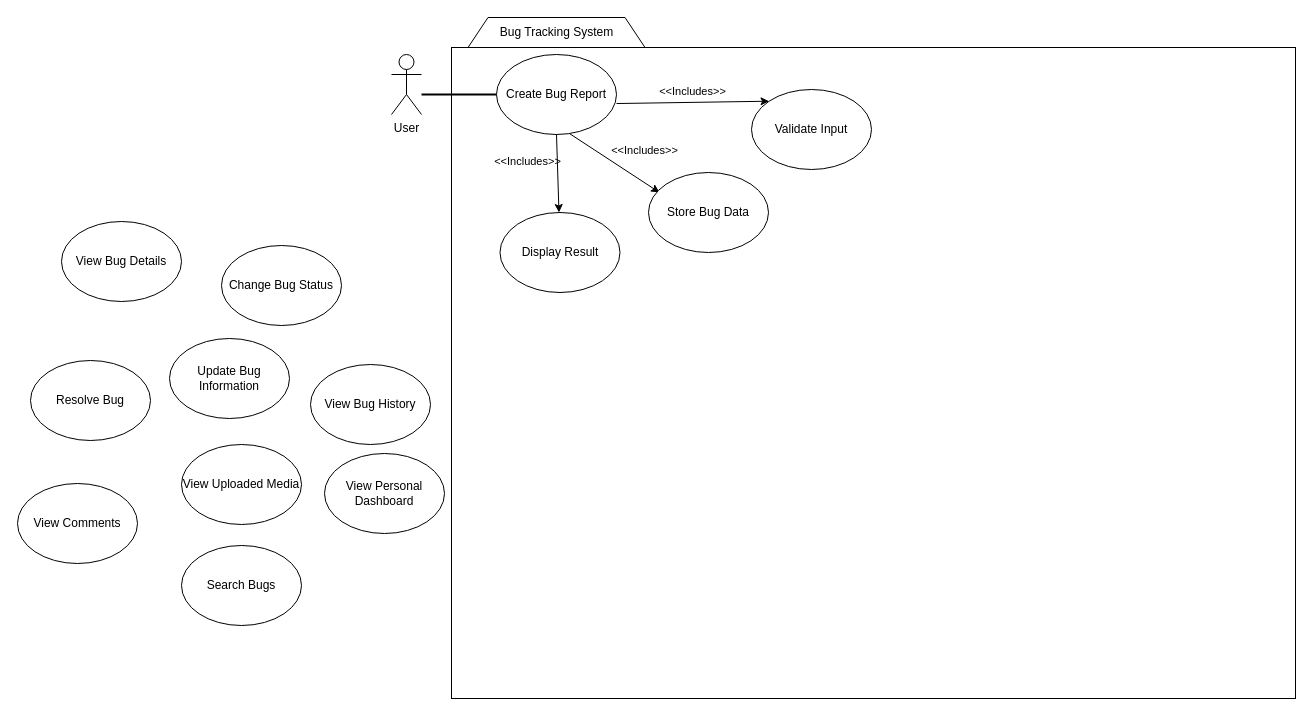
ConradCJM/bugterra keeps this draw.io diagram as UML-Diagrams/Use-Case-Diagram.drawio. Above is the earlier version. Source tidied: cells renumbered, new cells numbered last; positions are measured from the earlier drawing's top-left corner, leaving out a move shared by most shapes. Both pictures are drawn from the tidied source at 100%, with x=0, y=0 at pixel (17, 17).
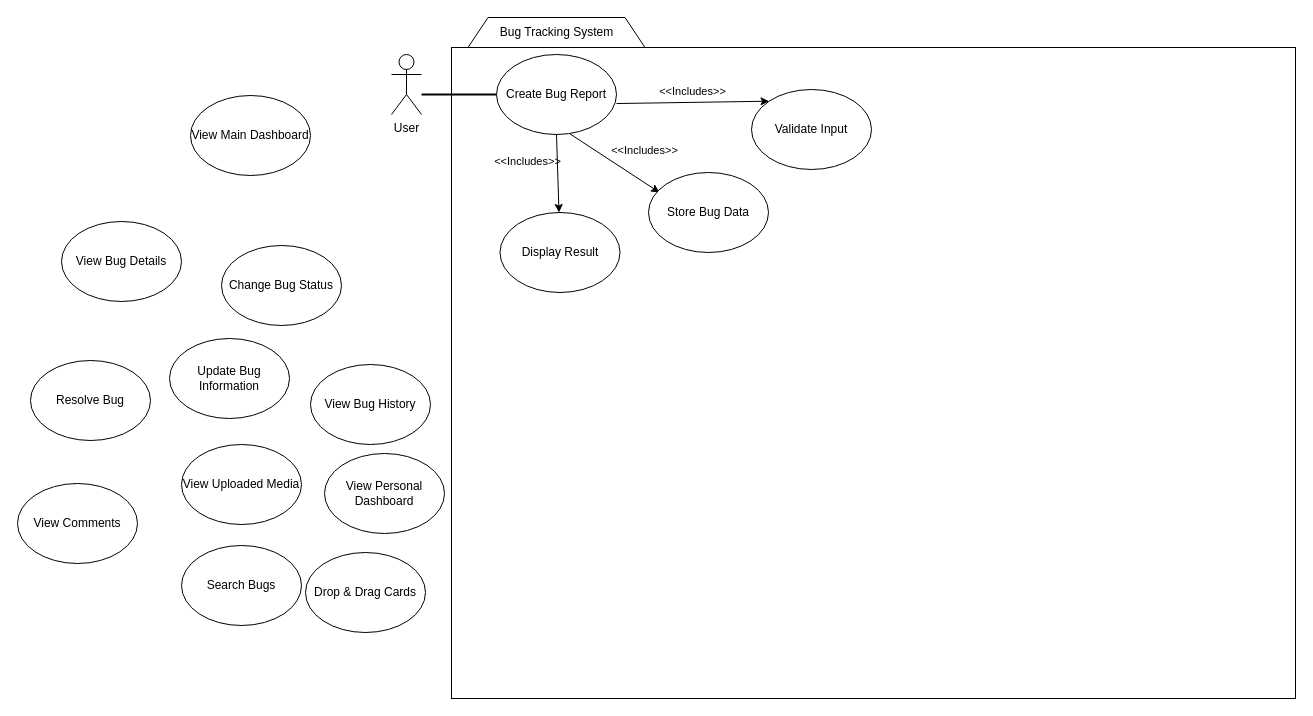
The same diagram, later.

What changed in the source:
```diff
@@
+    <mxCell id="25" value="View Main Dashboard" style="ellipse;whiteSpace=wrap;html=1;" parent="1" vertex="1">
+      <mxGeometry x="173" y="78" width="120" height="80" as="geometry" />
+    </mxCell>
+    <mxCell id="26" value="Drop &amp;amp; Drag Cards" style="ellipse;whiteSpace=wrap;html=1;" parent="1" vertex="1">
+      <mxGeometry x="288" y="535" width="120" height="80" as="geometry" />
+    </mxCell>
```
